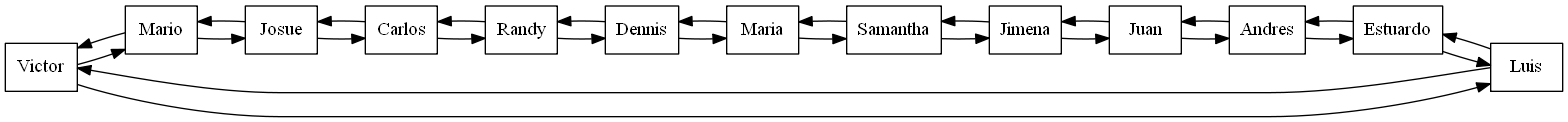
Before: Circulardoublylinkedlist.png, a diagram exported from Graphviz (deathstroke021/EDD_1S2019_P1_201503961). Its source is kept beside it as Circulardoublylinkedlist.dot. Its diagram source:
```dot
digraph firsGraph{
node [shape=record];
rankdir=LR;
node0 [label=" Victor "  ];
node0 -> node1;
node1 -> node0;
node1 [label=" Mario "  ];
node1 -> node2;
node2 -> node1;
node2 [label=" Josue "  ];
node2 -> node3;
node3 -> node2;
node3 [label=" Carlos "  ];
node3 -> node4;
node4 -> node3;
node4 [label=" Randy "  ];
node4 -> node5;
node5 -> node4;
node5 [label=" Dennis "  ];
node5 -> node6;
node6 -> node5;
node6 [label=" Maria "  ];
node6 -> node7;
node7 -> node6;
node7 [label=" Samantha "  ];
node7 -> node8;
node8 -> node7;
node8 [label=" Jimena "  ];
node8 -> node9;
node9 -> node8;
node9 [label=" Juan "  ];
node9 -> node10;
node10 -> node9;
node10 [label=" Andres "  ];
node10 -> node11;
node11 -> node10;
node11 [label=" Estuardo "  ];
node11 -> node12;
node12 -> node11;
node12 [label=" Luis "  ];
node12 -> node0;
node0 -> node12;
}
```
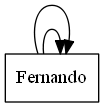
The same file after the commit.

What changed in the source:
```diff
@@ -1,43 +1,7 @@
 digraph firsGraph{
 node [shape=record];
 rankdir=LR;
-node0 [label=" Victor "  ];
-node0 -> node1;
-node1 -> node0;
-node1 [label=" Mario "  ];
-node1 -> node2;
-node2 -> node1;
-node2 [label=" Josue "  ];
-node2 -> node3;
-node3 -> node2;
-node3 [label=" Carlos "  ];
-node3 -> node4;
-node4 -> node3;
-node4 [label=" Randy "  ];
-node4 -> node5;
-node5 -> node4;
-node5 [label=" Dennis "  ];
-node5 -> node6;
-node6 -> node5;
-node6 [label=" Maria "  ];
-node6 -> node7;
-node7 -> node6;
-node7 [label=" Samantha "  ];
-node7 -> node8;
-node8 -> node7;
-node8 [label=" Jimena "  ];
-node8 -> node9;
-node9 -> node8;
-node9 [label=" Juan "  ];
-node9 -> node10;
-node10 -> node9;
-node10 [label=" Andres "  ];
-node10 -> node11;
-node11 -> node10;
-node11 [label=" Estuardo "  ];
-node11 -> node12;
-node12 -> node11;
-node12 [label=" Luis "  ];
-node12 -> node0;
-node0 -> node12;
+node0 [label=" Fernando "  ];
+node0 -> node0;
+node0 -> node0;
 }
```
